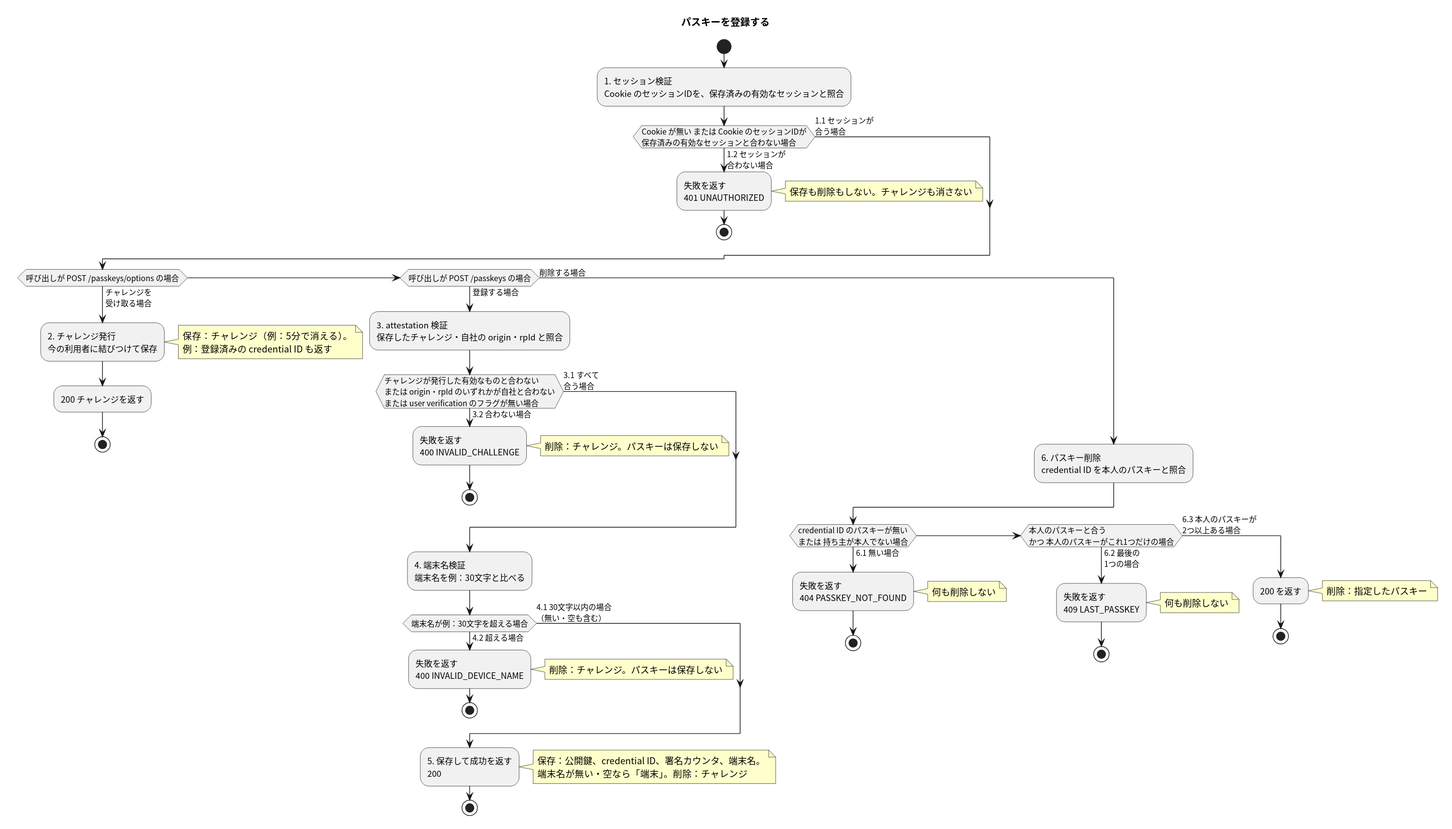
Before: apis/register-passkey/flow.svg, a diagram exported from PlantUML (masamasamasato/design-doc-template). Its source is kept beside it as apis/register-passkey/flow.puml.
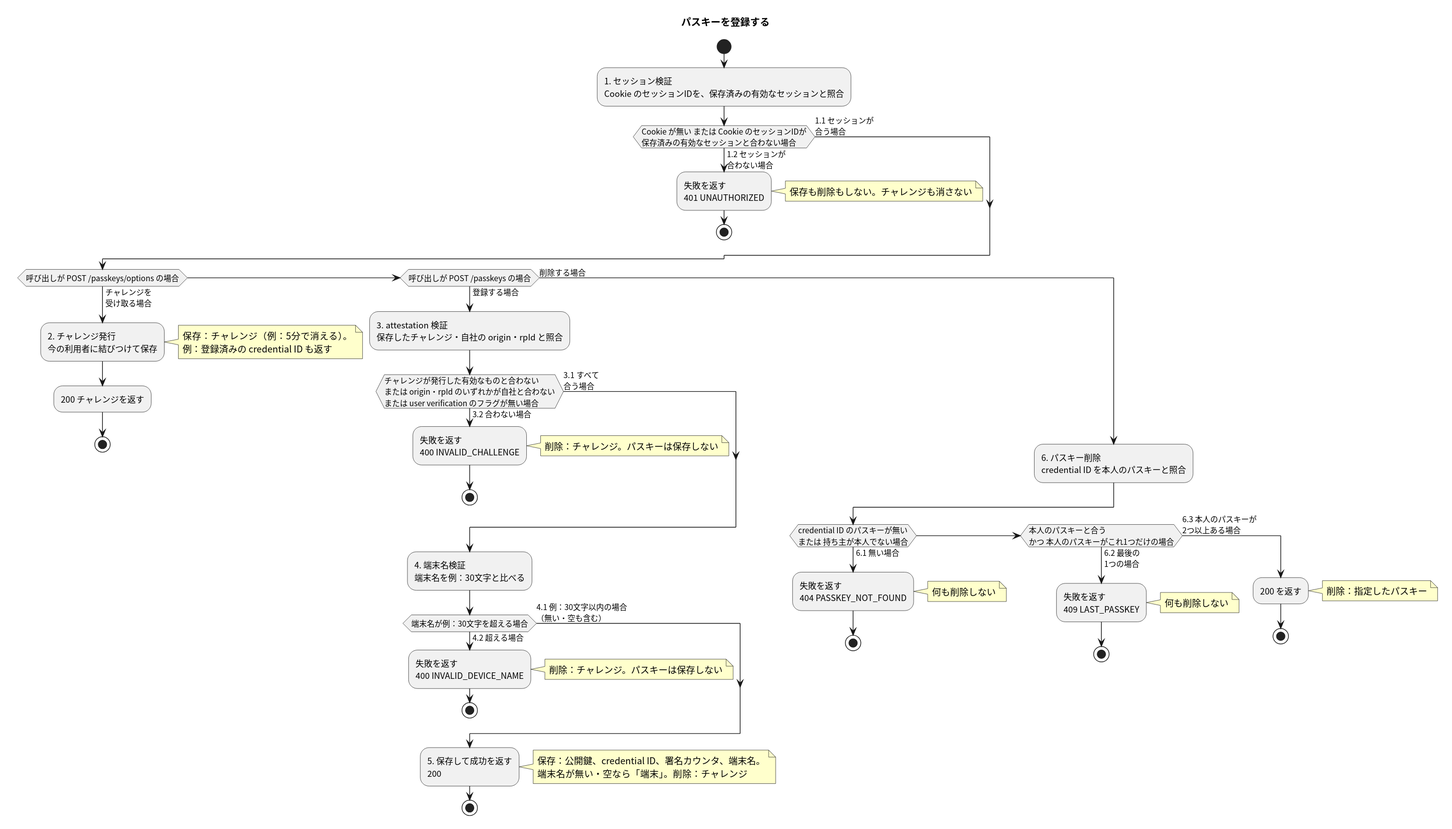
Above is the later version.

Commit message:
まだ決まっていない数字に「例：」を付ける（パスキー登録の図と用語集のチャレンジ）

Change to the diagram source:
```diff
@@ -32,7 +32,7 @@
     :失敗を返す\n400 INVALID_DEVICE_NAME;
     note right: 削除：チャレンジ。パスキーは保存しない
     stop
-  else (4.1 30文字以内の場合\n（無い・空も含む）)
+  else (4.1 例：30文字以内の場合\n（無い・空も含む）)
   endif
   :5. 保存して成功を返す\n200;
   note right: 保存：公開鍵、credential ID、署名カウンタ、端末名。\n端末名が無い・空なら「端末」。削除：チャレンジ
```
